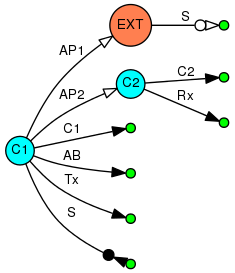
Before: doc/figures/ExampleEMT.png, a diagram exported from Graphviz (WZhaoKe/aegpwb). Its source is kept beside it as doc/figures/src/ExampleEMT.dot.
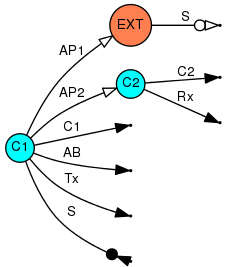
Later version of the same file.

Diff of the diagram source:
```diff
@@ -6,20 +6,20 @@
 	"EXT" [shape=circle , regular=1, style=filled , fillcolor=coral ];
 	"C1" [ shape=circle fillcolor=cyan ];
 	"C2" [ shape=circle fillcolor=cyan ];
-"REF1" [shape=circle , label ="", width=0.1 , height=0.1, regular=1, style=filled , fillcolor=green ];
+"REF1" [shape=point , label ="", width=0.02 , height=0.02, regular=1, style=filled , fillcolor=black ];
 	C1 -> REF1 [ label = "C1" , arrowhead = "normal" ];
-"REF2" [shape=circle , label ="", width=0.1 , height=0.1, regular=1, style=filled , fillcolor=green ];
+"REF2" [shape=point , label ="", width=0.02 , height=0.02, regular=1, style=filled , fillcolor=black ];
 	C2 -> REF2 [ label = "C2" , arrowhead = "normal" ];
-"REF3" [shape=circle , label ="", width=0.1 , height=0.1, regular=1, style=filled , fillcolor=green ];
+"REF3" [shape=point , label ="", width=0.02 , height=0.02, regular=1, style=filled , fillcolor=black ];
 	C1 -> REF3 [ label = "AB" , arrowhead = "normal" ];
 	C1 -> EXT [ label = "AP1" , arrowhead = "empty" ];
 	C1 -> C2 [ label = "AP2" , arrowhead = "empty" ];
-"REF4" [shape=circle , label ="", width=0.1 , height=0.1, regular=1, style=filled , fillcolor=green ];
+"REF4" [shape=point , label ="", width=0.02 , height=0.02, regular=1, style=filled , fillcolor=black ];
 	EXT -> REF4 [ label = "S" , arrowhead = "emptyodot" ];
-"REF5" [shape=circle , label ="", width=0.1 , height=0.1, regular=1, style=filled , fillcolor=green ];
+"REF5" [shape=point , label ="", width=0.02 , height=0.02, regular=1, style=filled , fillcolor=black ];
 	C1 -> REF5 [ label = "Tx" , arrowhead = "normal" ];
-"REF6" [shape=circle , label ="", width=0.1 , height=0.1, regular=1, style=filled , fillcolor=green ];
+"REF6" [shape=point , label ="", width=0.02 , height=0.02, regular=1, style=filled , fillcolor=black ];
 	C2 -> REF6 [ label = "Rx" , arrowhead = "normal" ];
-"REF7" [shape=circle , label ="", width=0.1 , height=0.1, regular=1, style=filled , fillcolor=green ];
+"REF7" [shape=point , label ="", width=0.02 , height=0.02, regular=1, style=filled , fillcolor=black ];
 	C1 -> REF7 [ label = "S" , arrowhead = "invdot" ];
 }
```
